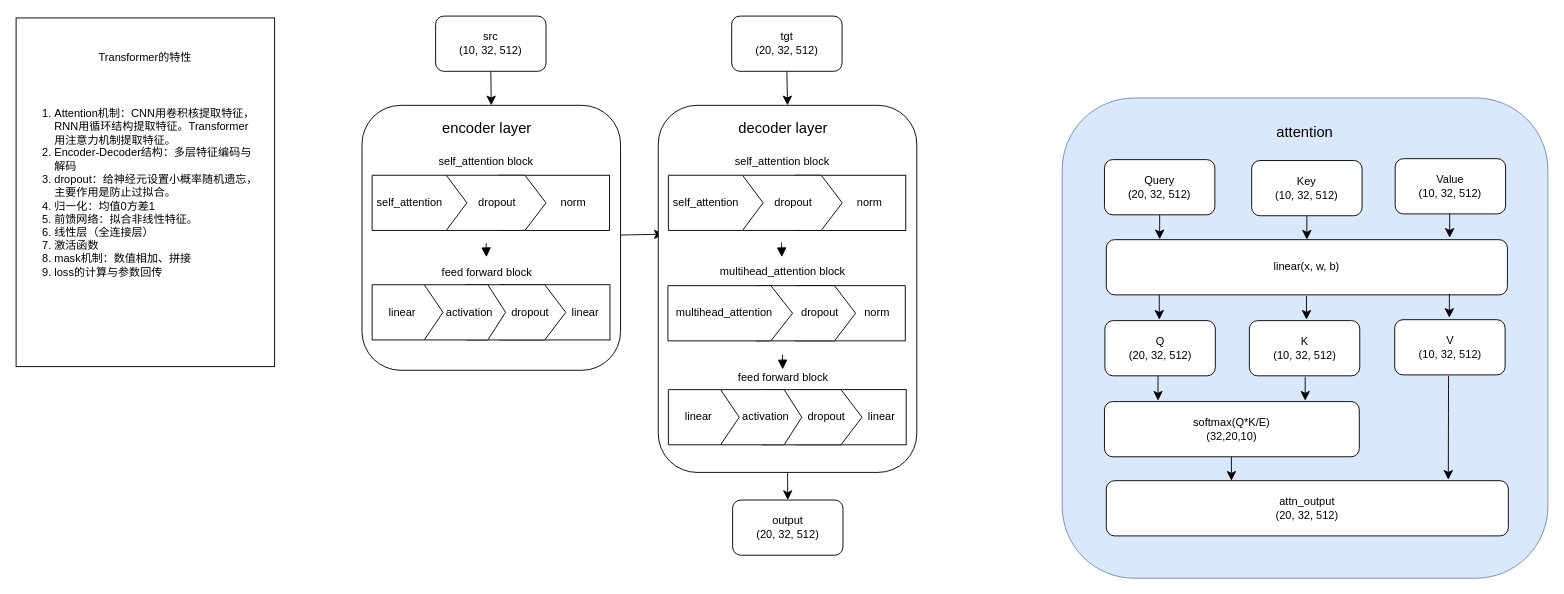
wxxsusie/files keeps this draw.io diagram as torch_trans1.drawio. Above is the earlier version. Source tidied: cells renumbered, new cells numbered last; positions are measured from the earlier drawing's top-left corner, leaving out a move shared by most shapes. Both pictures are drawn from the tidied source at 92%, with x=0, y=0 at pixel (16, 16).
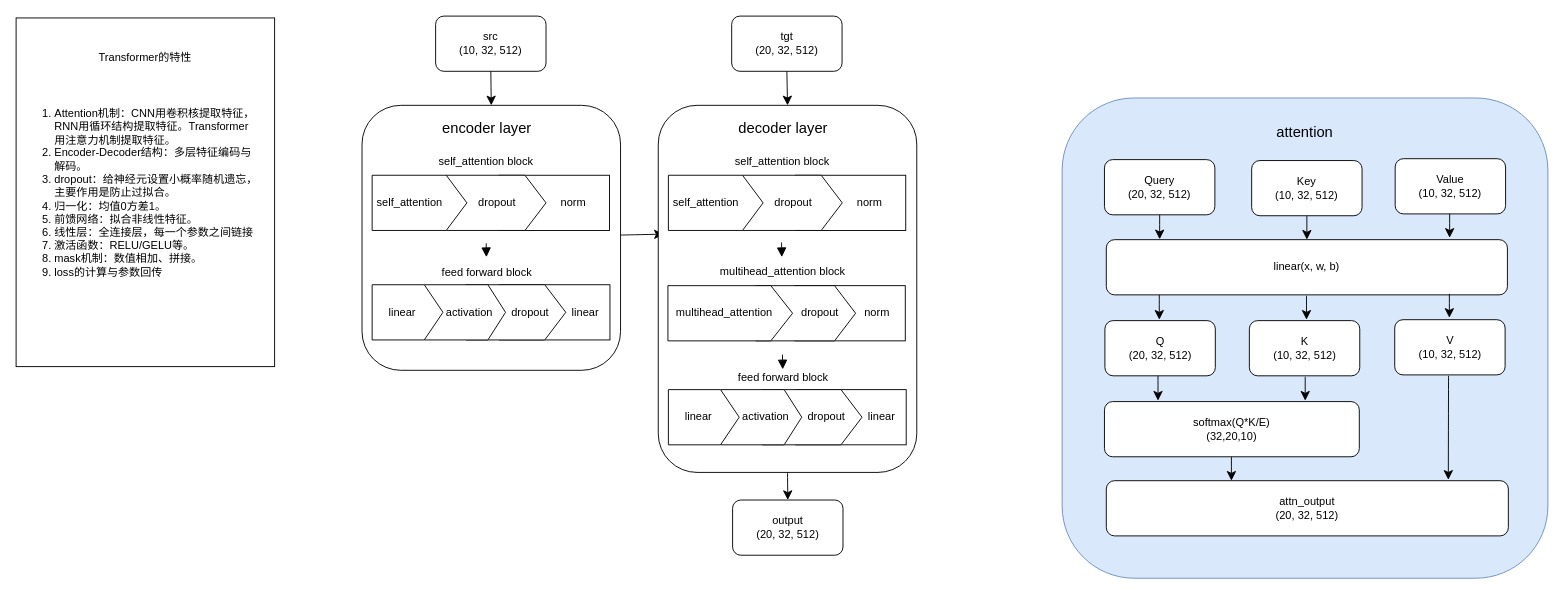
The same page after the edit.

What changed in the source:
```diff
@@
-    <mxCell id="76" value="&lt;ol&gt;&lt;li&gt;Attention机制：CNN用卷积核提取特征，RNN用循环结构提取特征。Transformer&lt;br&gt;用注意力机制提取特征。&lt;/li&gt;&lt;li&gt;Encoder-Decoder结构：多层特征编码与&lt;br&gt;解码&lt;/li&gt;&lt;li&gt;dropout：给神经元设置小概率随机遗忘，&lt;br&gt;主要作用是防止过拟合。&lt;/li&gt;&lt;li&gt;归一化：均值0方差1&lt;/li&gt;&lt;li&gt;前馈网络：拟合非线性特征。&lt;/li&gt;&lt;li&gt;线性层（全连接层）&lt;/li&gt;&lt;li&gt;激活函数&lt;/li&gt;&lt;li&gt;mask机制：数值相加、拼接&lt;/li&gt;&lt;li&gt;loss的计算与参数回传&lt;/li&gt;&lt;/ol&gt;" style="rounded=0;whiteSpace=wrap;html=1;align=left;" parent="1" vertex="1">
+    <mxCell id="76" value="&lt;ol&gt;&lt;li&gt;Attention机制：CNN用卷积核提取特征，RNN用循环结构提取特征。Transformer&lt;br&gt;用注意力机制提取特征。&lt;/li&gt;&lt;li&gt;Encoder-Decoder结构：多层特征编码与&lt;br&gt;解码。&lt;/li&gt;&lt;li&gt;dropout：给神经元设置小概率随机遗忘，&lt;br&gt;主要作用是防止过拟合。&lt;/li&gt;&lt;li&gt;归一化：均值0方差1。&lt;/li&gt;&lt;li&gt;前馈网络：拟合非线性特征。&lt;/li&gt;&lt;li&gt;线性层：全连接层，每一个参数之间链接&lt;/li&gt;&lt;li&gt;激活函数：RELU/GELU等。&lt;/li&gt;&lt;li&gt;mask机制：数值相加、拼接。&lt;/li&gt;&lt;li&gt;loss的计算与参数回传&lt;/li&gt;&lt;/ol&gt;" style="rounded=0;whiteSpace=wrap;html=1;align=left;" parent="1" vertex="1">
       <mxGeometry y="2" width="281" height="379" as="geometry" />
     </mxCell>
```
